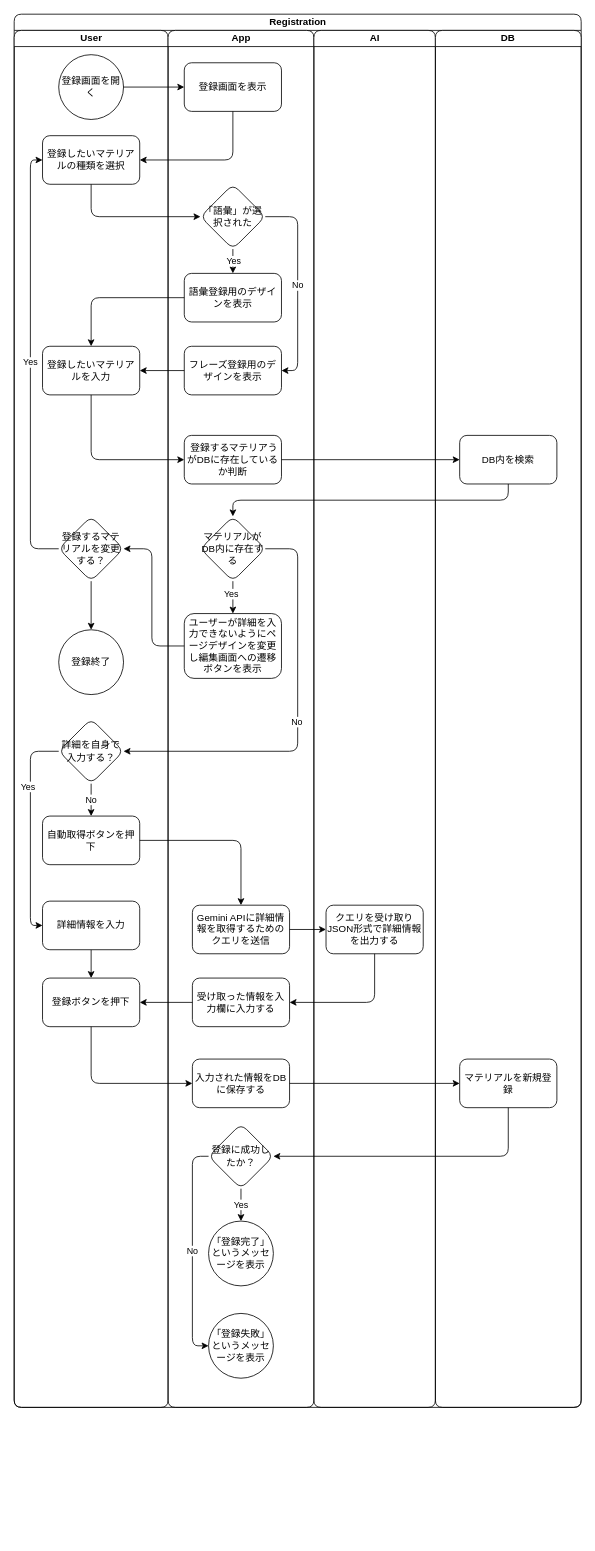
Above: docs/design/registration_flow.drawio in HamadaStudy/EZVocab (draw.io), before the change. Source tidied: cells renumbered, new cells numbered last; positions are measured from the earlier drawing's top-left corner, leaving out a move shared by most shapes. Both pictures are drawn from the tidied source at 81%, with x=0, y=0 at pixel (14, 14).
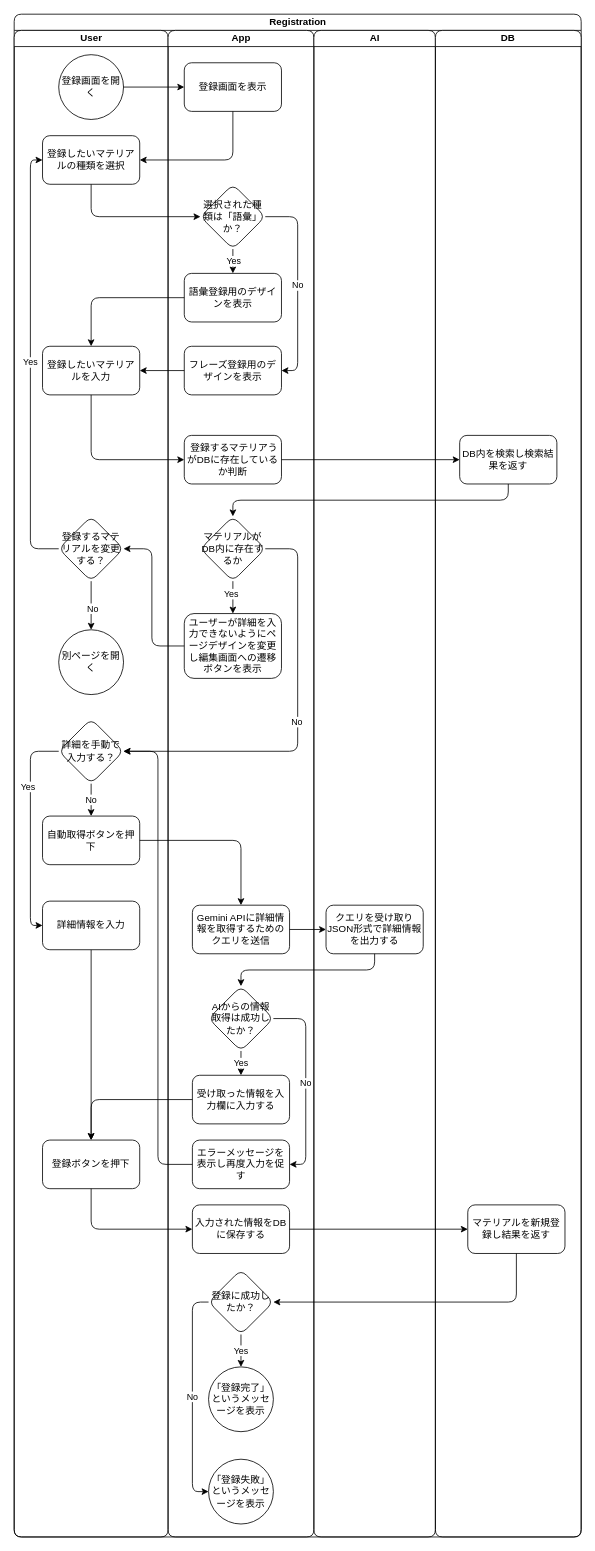
The same diagram, later.

Commit message:
registration_flow.drawio を更新します

Unchanged cells that the change refers to:
```xml
<mxCell id="7" style="edgeStyle=orthogonalEdgeStyle;rounded=1;jettySize=auto;html=1;exitX=0.5;exitY=1;exitDx=0;exitDy=0;" parent="3" edge="1" source="8" target="10">
  <mxGeometry relative="1" as="geometry" />
</mxCell>
<mxCell id="40" value="クエリを受け取りJSON形式で詳細情報を出力する" style="whiteSpace=wrap;html=1;rounded=1;" parent="39" vertex="1">
  <mxGeometry x="15" y="1080" width="120" height="60" as="geometry" />
</mxCell>
```

The edit, as a diff of the source:
```diff
@@
     <mxCell id="2" value="Registration" style="swimlane;startSize=20;html=1;rounded=1;" parent="1" vertex="1">
-      <mxGeometry width="700" height="1720" as="geometry" />
+      <mxGeometry width="700" height="1880" as="geometry" />
     </mxCell>
     <mxCell id="3" value="User" style="swimlane;startSize=20;html=1;rounded=1;" parent="2" vertex="1">
-      <mxGeometry y="20" width="190" height="1700" as="geometry" />
+      <mxGeometry y="20" width="190" height="1860" as="geometry" />
     </mxCell>
@@
+    <mxCell id="63" value="No" style="edgeLabel;html=1;align=center;verticalAlign=middle;rounded=1;" parent="7" vertex="1">
+      <mxGeometry x="0.1" y="1" relative="1" as="geometry" />
+    </mxCell>
@@
-    <mxCell id="10" value="登録終了" style="ellipse;whiteSpace=wrap;html=1;rounded=1;" parent="3" vertex="1">
+    <mxCell id="10" value="別ページを開く" style="ellipse;whiteSpace=wrap;html=1;rounded=1;" parent="3" vertex="1">
       <mxGeometry x="55" y="740" width="80" height="80" as="geometry" />
     </mxCell>
@@
-    <mxCell id="13" value="詳細を自身で入力する？" style="rhombus;whiteSpace=wrap;html=1;rounded=1;" parent="3" vertex="1">
+    <mxCell id="13" value="詳細を手動で入力する？" style="rhombus;whiteSpace=wrap;html=1;rounded=1;" parent="3" vertex="1">
       <mxGeometry x="55" y="850" width="80" height="80" as="geometry" />
     </mxCell>
@@
     <mxCell id="17" value="登録ボタンを押下" style="whiteSpace=wrap;html=1;rounded=1;" parent="3" vertex="1">
-      <mxGeometry x="35" y="1170" width="120" height="60" as="geometry" />
+      <mxGeometry x="35" y="1370" width="120" height="60" as="geometry" />
     </mxCell>
@@
     <mxCell id="19" value="App" style="swimlane;startSize=20;html=1;rounded=1;" parent="2" vertex="1">
-      <mxGeometry x="190" y="20" width="180" height="1700" as="geometry" />
+      <mxGeometry x="190" y="20" width="180" height="1860" as="geometry" />
     </mxCell>
@@
-    <mxCell id="24" value="「語彙」が選択された" style="rhombus;whiteSpace=wrap;html=1;rounded=1;" parent="19" vertex="1">
+    <mxCell id="24" value="選択された種類は「語彙」か？" style="rhombus;whiteSpace=wrap;html=1;rounded=1;" parent="19" vertex="1">
       <mxGeometry x="40" y="190" width="80" height="80" as="geometry" />
     </mxCell>
@@
-    <mxCell id="30" value="マテリアルがDB内に存在する" style="rhombus;whiteSpace=wrap;html=1;rounded=1;" parent="19" vertex="1">
+    <mxCell id="30" value="マテリアルがDB内に存在するか" style="rhombus;whiteSpace=wrap;html=1;rounded=1;" parent="19" vertex="1">
       <mxGeometry x="40" y="600" width="80" height="80" as="geometry" />
     </mxCell>
@@
     <mxCell id="34" value="登録に成功したか？" style="rhombus;whiteSpace=wrap;html=1;rounded=1;" parent="19" vertex="1">
-      <mxGeometry x="50" y="1350" width="80" height="80" as="geometry" />
+      <mxGeometry x="50" y="1530" width="80" height="80" as="geometry" />
     </mxCell>
     <mxCell id="35" value="「登録完了」というメッセージを表示" style="ellipse;whiteSpace=wrap;html=1;rounded=1;" parent="19" vertex="1">
-      <mxGeometry x="50" y="1470" width="80" height="80" as="geometry" />
+      <mxGeometry x="50" y="1650" width="80" height="80" as="geometry" />
     </mxCell>
     <mxCell id="36" value="「登録失敗」というメッセージを表示" style="ellipse;whiteSpace=wrap;html=1;rounded=1;" parent="19" vertex="1">
-      <mxGeometry x="50" y="1584" width="80" height="80" as="geometry" />
+      <mxGeometry x="50" y="1764" width="80" height="80" as="geometry" />
     </mxCell>
     <mxCell id="37" value="受け取った情報を入力欄に入力する" style="whiteSpace=wrap;html=1;rounded=1;" parent="19" vertex="1">
-      <mxGeometry x="30" y="1170" width="120" height="60" as="geometry" />
+      <mxGeometry x="30" y="1290" width="120" height="60" as="geometry" />
     </mxCell>
     <mxCell id="38" value="入力された情報をDBに保存する" style="whiteSpace=wrap;html=1;rounded=1;" parent="19" vertex="1">
-      <mxGeometry x="30" y="1270" width="120" height="60" as="geometry" />
+      <mxGeometry x="30" y="1450" width="120" height="60" as="geometry" />
     </mxCell>
+    <mxCell id="64" value="Yes" style="edgeStyle=orthogonalEdgeStyle;rounded=1;jettySize=auto;html=1;exitX=0.5;exitY=1;exitDx=0;exitDy=0;entryX=0.5;entryY=0;entryDx=0;entryDy=0;" parent="19" edge="1" source="66" target="37">
+      <mxGeometry relative="1" as="geometry" />
+    </mxCell>
+    <mxCell id="65" value="No" style="edgeStyle=orthogonalEdgeStyle;rounded=1;jettySize=auto;html=1;exitX=1;exitY=0.5;exitDx=0;exitDy=0;entryX=1;entryY=0.5;entryDx=0;entryDy=0;" parent="19" edge="1" source="66" target="67">
+      <mxGeometry relative="1" as="geometry" />
+    </mxCell>
+    <mxCell id="66" value="AIからの情報取得は成功したか？" style="rhombus;whiteSpace=wrap;html=1;rounded=1;" parent="19" vertex="1">
+      <mxGeometry x="50" y="1180" width="80" height="80" as="geometry" />
+    </mxCell>
+    <mxCell id="67" value="エラーメッセージを表示し再度入力を促す" style="whiteSpace=wrap;html=1;rounded=1;" parent="19" vertex="1">
+      <mxGeometry x="30" y="1370" width="120" height="60" as="geometry" />
+    </mxCell>
     <mxCell id="39" value="AI" style="swimlane;startSize=20;html=1;rounded=1;" parent="2" vertex="1">
-      <mxGeometry x="370" y="20" width="150" height="1700" as="geometry" />
+      <mxGeometry x="370" y="20" width="150" height="1860" as="geometry" />
     </mxCell>
@@
     <mxCell id="45" value="DB" style="swimlane;startSize=20;whiteSpace=wrap;html=1;rounded=1;" parent="2" vertex="1">
-      <mxGeometry x="520" y="20" width="180" height="1700" as="geometry" />
+      <mxGeometry x="520" y="20" width="180" height="1860" as="geometry" />
     </mxCell>
-    <mxCell id="46" value="DB内を検索" style="whiteSpace=wrap;html=1;rounded=1;" parent="45" vertex="1">
+    <mxCell id="46" value="DB内を検索し検索結果を返す" style="whiteSpace=wrap;html=1;rounded=1;" parent="45" vertex="1">
       <mxGeometry x="30" y="500" width="120" height="60" as="geometry" />
     </mxCell>
-    <mxCell id="47" value="マテリアルを新規登録" style="whiteSpace=wrap;html=1;rounded=1;" parent="45" vertex="1">
-      <mxGeometry x="30" y="1270" width="120" height="60" as="geometry" />
+    <mxCell id="47" value="マテリアルを新規登録し結果を返す" style="whiteSpace=wrap;html=1;rounded=1;" parent="45" vertex="1">
+      <mxGeometry x="40" y="1450" width="120" height="60" as="geometry" />
     </mxCell>
@@
-    <mxCell id="56" style="edgeStyle=orthogonalEdgeStyle;rounded=1;jettySize=auto;html=1;exitX=0.5;exitY=1;exitDx=0;exitDy=0;entryX=1;entryY=0.5;entryDx=0;entryDy=0;" parent="2" edge="1" source="40" target="37">
-      <mxGeometry relative="1" as="geometry" />
-    </mxCell>
-    <mxCell id="57" style="edgeStyle=orthogonalEdgeStyle;rounded=1;jettySize=auto;html=1;exitX=0;exitY=0.5;exitDx=0;exitDy=0;" parent="2" edge="1" source="37" target="17">
-      <mxGeometry relative="1" as="geometry" />
-    </mxCell>
@@
+    <mxCell id="68" style="edgeStyle=orthogonalEdgeStyle;rounded=1;jettySize=auto;html=1;exitX=0.5;exitY=1;exitDx=0;exitDy=0;entryX=0.5;entryY=0;entryDx=0;entryDy=0;" parent="2" edge="1" source="40" target="66">
+      <mxGeometry relative="1" as="geometry" />
+    </mxCell>
+    <mxCell id="57" style="edgeStyle=orthogonalEdgeStyle;rounded=1;jettySize=auto;html=1;exitX=0;exitY=0.5;exitDx=0;exitDy=0;" parent="2" edge="1" source="37" target="17">
+      <mxGeometry relative="1" as="geometry" />
+    </mxCell>
+    <mxCell id="69" style="edgeStyle=orthogonalEdgeStyle;rounded=1;jettySize=auto;html=1;exitX=0;exitY=0.5;exitDx=0;exitDy=0;entryX=1;entryY=0.5;entryDx=0;entryDy=0;" parent="2" edge="1" source="67" target="13">
+      <mxGeometry relative="1" as="geometry" />
+    </mxCell>
```
